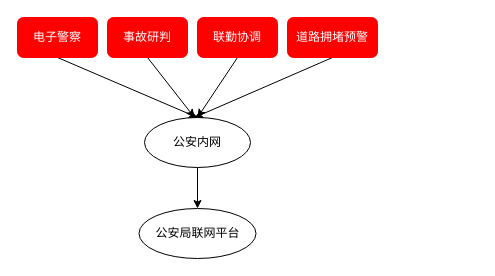
This is 为城市公安系统提供服务.drawio from liu12fei08fei/draw-io, a draw.io file, before an edit. Source tidied: cells renumbered, new cells numbered last; positions are measured from the earlier drawing's top-left corner, leaving out a move shared by most shapes. Both pictures are drawn from the tidied source at 100%, with x=0, y=0 at pixel (17, 17).
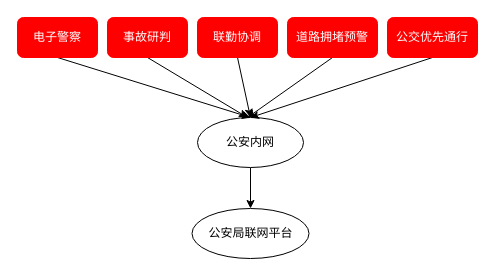
Above is the later version.

Commit message (it also covers changes not shown here):
更新为城市公安系统提供服务.drawio

Diff of the diagram source:
```diff
@@
 <mxGraphModel>
   <root>
     <mxCell id="0" />
     <mxCell id="1" parent="0" />
     <mxCell id="2" style="edgeStyle=none;rounded=0;jettySize=auto;html=1;exitX=0.5;exitY=1;exitDx=0;exitDy=0;" parent="1" edge="1" source="3" target="12">
       <mxGeometry relative="1" as="geometry" />
     </mxCell>
     <mxCell id="3" value="公安内网" style="ellipse;whiteSpace=wrap;html=1;" parent="1" vertex="1">
-      <mxGeometry x="127" y="100" width="106" height="50" as="geometry" />
+      <mxGeometry x="180" y="100" width="106" height="50" as="geometry" />
     </mxCell>
     <mxCell id="4" style="rounded=0;jettySize=auto;html=1;exitX=0.5;exitY=1;exitDx=0;exitDy=0;entryX=0.5;entryY=0;entryDx=0;entryDy=0;" parent="1" edge="1" source="5" target="3">
       <mxGeometry relative="1" as="geometry" />
     </mxCell>
     <mxCell id="5" value="电子警察" style="rounded=1;whiteSpace=wrap;html=1;fillColor=#FF0000;strokeColor=#FF0000;fontColor=#FFFFFF;" parent="1" vertex="1">
       <mxGeometry width="80" height="40" as="geometry" />
     </mxCell>
     <mxCell id="6" style="edgeStyle=none;rounded=0;jettySize=auto;html=1;exitX=0.5;exitY=1;exitDx=0;exitDy=0;" parent="1" edge="1" source="7">
       <mxGeometry relative="1" as="geometry">
-        <mxPoint x="177" y="100" as="targetPoint" />
+        <mxPoint x="230" y="100" as="targetPoint" />
       </mxGeometry>
     </mxCell>
     <mxCell id="7" value="事故研判" style="rounded=1;whiteSpace=wrap;html=1;fillColor=#FF0000;strokeColor=#FF0000;fontColor=#FFFFFF;" parent="1" vertex="1">
       <mxGeometry x="90" width="80" height="40" as="geometry" />
     </mxCell>
     <mxCell id="8" style="edgeStyle=none;rounded=0;jettySize=auto;html=1;exitX=0.5;exitY=1;exitDx=0;exitDy=0;entryX=0.5;entryY=0;entryDx=0;entryDy=0;" parent="1" edge="1" source="9" target="3">
       <mxGeometry relative="1" as="geometry" />
     </mxCell>
     <mxCell id="9" value="联勤协调" style="rounded=1;whiteSpace=wrap;html=1;fillColor=#FF0000;strokeColor=#FF0000;fontColor=#FFFFFF;" parent="1" vertex="1">
       <mxGeometry x="180" width="80" height="40" as="geometry" />
     </mxCell>
     <mxCell id="10" style="edgeStyle=none;rounded=0;jettySize=auto;html=1;exitX=0.5;exitY=1;exitDx=0;exitDy=0;" parent="1" edge="1" source="11">
       <mxGeometry relative="1" as="geometry">
-        <mxPoint x="177" y="100" as="targetPoint" />
+        <mxPoint x="230" y="100" as="targetPoint" />
       </mxGeometry>
     </mxCell>
     <mxCell id="11" value="道路拥堵预警" style="rounded=1;whiteSpace=wrap;html=1;fillColor=#FF0000;strokeColor=#FF0000;fontColor=#FFFFFF;" parent="1" vertex="1">
       <mxGeometry x="270" width="90" height="40" as="geometry" />
     </mxCell>
     <mxCell id="12" value="公安局联网平台" style="ellipse;whiteSpace=wrap;html=1;" parent="1" vertex="1">
-      <mxGeometry x="121.5" y="191" width="117" height="50" as="geometry" />
+      <mxGeometry x="174.5" y="191" width="117" height="50" as="geometry" />
     </mxCell>
+    <mxCell id="13" style="rounded=0;jettySize=auto;html=1;exitX=0.5;exitY=1;exitDx=0;exitDy=0;entryX=0.5;entryY=0;entryDx=0;entryDy=0;" parent="1" edge="1" source="14" target="3">
+      <mxGeometry relative="1" as="geometry" />
+    </mxCell>
+    <mxCell id="14" value="公交优先通行" style="rounded=1;whiteSpace=wrap;html=1;fillColor=#FF0000;strokeColor=#FF0000;fontColor=#FFFFFF;" parent="1" vertex="1">
+      <mxGeometry x="370" width="90" height="40" as="geometry" />
+    </mxCell>
   </root>
 </mxGraphModel>
```
